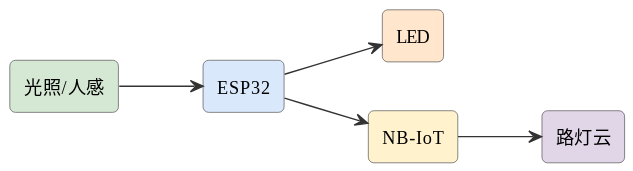
Above: assets/diagrams/ideas-fig101.svg in mingyi0818/IntelligentMcuCourse (PlantUML), before the change.
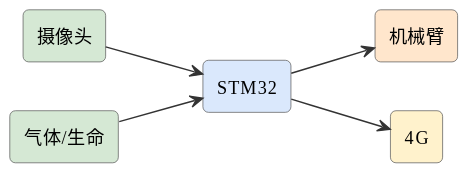
The same file after the commit.

What changed in the source:
```diff
@@ -6,13 +6,13 @@
 skinparam arrowFontSize 11
 skinparam arrowColor #333
 left to right direction
-rectangle "光照/人感" as s #d5e8d4
-rectangle "ESP32" as esp #dae8fc
-rectangle "LED" as led #ffe6cc
-rectangle "NB-IoT" as nb #fff2cc
-rectangle "路灯云" as cloud #e1d5e8
-s --> esp
-esp --> led
-esp --> nb
-nb --> cloud
+rectangle "摄像头" as cam #d5e8d4
+rectangle "气体/生命" as gas #d5e8d4
+rectangle "STM32" as stm #dae8fc
+rectangle "机械臂" as arm #ffe6cc
+rectangle "4G" as g #fff2cc
+cam --> stm
+gas --> stm
+stm --> arm
+stm --> g
 @enduml
```
